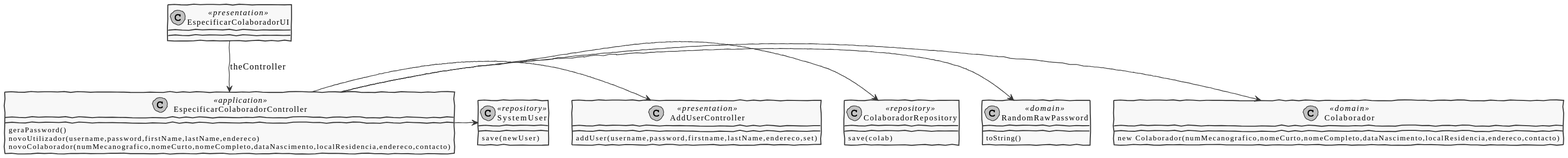
Earlier version of the PlantUML export docs/US2051/CD_Responsavel_Recursos_Humanos.svg (pedrolemos4/LAPR4). Source of this version:
```plantuml
@startuml
skinparam handwritten true
skinparam monochrome true
skinparam packageStyle rect
skinparam defaultFontName FG Virgil
skinparam shadowing false

class EspecificarColaboradorUI <<presentation>>
class EspecificarColaboradorController <<application>>
class Colaborador <<domain>>
class RandomRawPassword <<domain>>
class ColaboradorRepository <<repository>>
class SystemUser <<repository>>
class AddUserController <<presentation>>>


EspecificarColaboradorUI --> EspecificarColaboradorController : theController

EspecificarColaboradorController -> Colaborador
EspecificarColaboradorController -> RandomRawPassword
EspecificarColaboradorController -> ColaboradorRepository
EspecificarColaboradorController -> AddUserController
EspecificarColaboradorController -> SystemUser

EspecificarColaboradorController : geraPassword()
EspecificarColaboradorController : novoUtilizador(username,password,firstName,lastName,endereco)
EspecificarColaboradorController : novoColaborador(numMecanografico,nomeCurto,nomeCompleto,dataNascimento,localResidencia,endereco,contacto)

Colaborador : new Colaborador(numMecanografico,nomeCurto,nomeCompleto,dataNascimento,localResidencia,endereco,contacto)

RandomRawPassword : toString()

SystemUser : save(newUser)

ColaboradorRepository : save(colab)

AddUserController : addUser(username,password,firstname,lastName,endereco,set)
@enduml
```
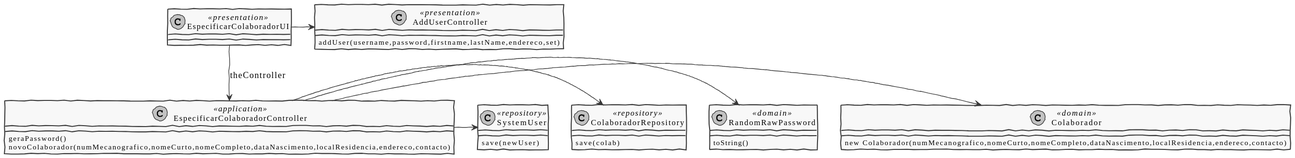
Later version of the same file.

What changed in the source:
```diff
@@ -19,11 +19,10 @@
 EspecificarColaboradorController -> Colaborador
 EspecificarColaboradorController -> RandomRawPassword
 EspecificarColaboradorController -> ColaboradorRepository
-EspecificarColaboradorController -> AddUserController
+EspecificarColaboradorUI -> AddUserController
 EspecificarColaboradorController -> SystemUser
 
 EspecificarColaboradorController : geraPassword()
-EspecificarColaboradorController : novoUtilizador(username,password,firstName,lastName,endereco)
 EspecificarColaboradorController : novoColaborador(numMecanografico,nomeCurto,nomeCompleto,dataNascimento,localResidencia,endereco,contacto)
 
 Colaborador : new Colaborador(numMecanografico,nomeCurto,nomeCompleto,dataNascimento,localResidencia,endereco,contacto)
```
